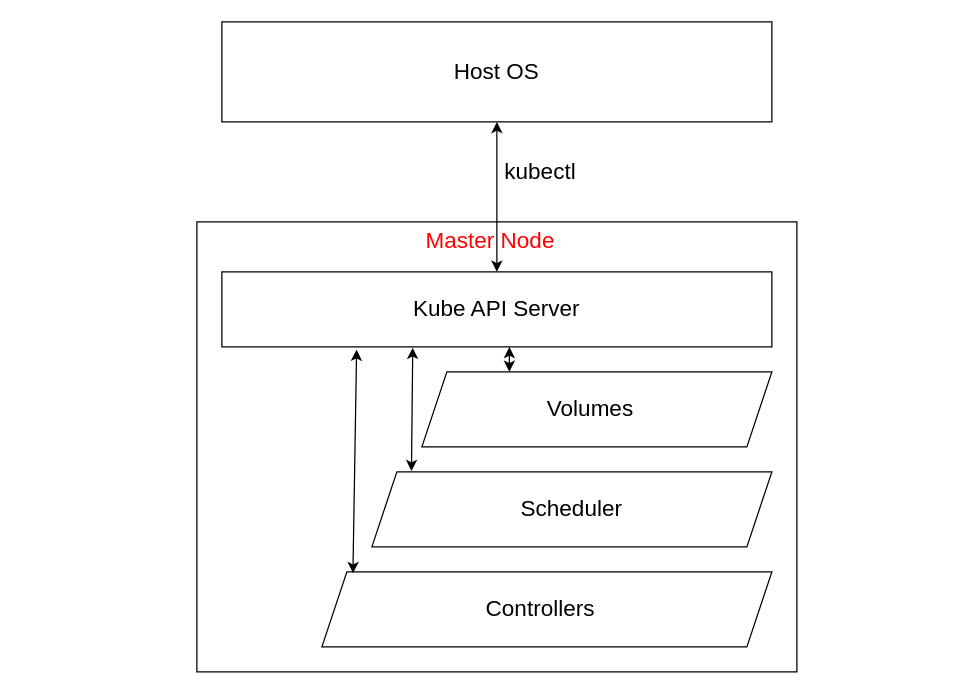
Above: 3.11/k8s-for-3.11.drawio in leprecon73/devopswithdocker (draw.io), before the change. Source tidied: cells renumbered, new cells numbered last; positions are measured from the earlier drawing's top-left corner, leaving out a move shared by most shapes. Both pictures are drawn from the tidied source at 125%, with x=0, y=0 at pixel (21, 21).
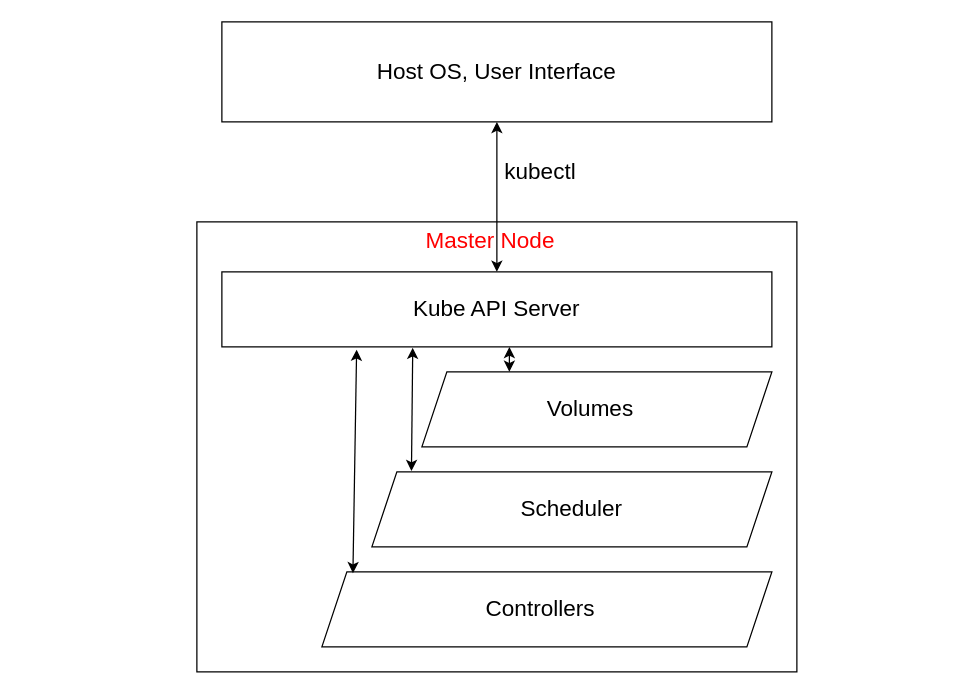
The same page after the edit.

Change to the diagram source:
```diff
@@
 <mxGraphModel>
   <root>
     <mxCell id="0" />
     <mxCell id="1" parent="0" />
     <mxCell id="2" style="rounded=0;whiteSpace=wrap;html=1;" parent="1" vertex="1">
       <mxGeometry x="160" width="440" height="80" as="geometry" />
     </mxCell>
-    <mxCell id="3" value="&lt;font style=&quot;font-size: 18px;&quot;&gt;Host OS&lt;/font&gt;" style="text;html=1;strokeColor=none;fillColor=none;align=center;verticalAlign=middle;whiteSpace=wrap;rounded=0;" parent="1" vertex="1">
+    <mxCell id="3" value="&lt;font style=&quot;font-size: 18px;&quot;&gt;Host OS, User Interface&lt;/font&gt;" style="text;html=1;strokeColor=none;fillColor=none;align=center;verticalAlign=middle;whiteSpace=wrap;rounded=0;" parent="1" vertex="1">
       <mxGeometry x="160" width="440" height="80" as="geometry" />
     </mxCell>
     <mxCell id="4" value="&lt;font style=&quot;font-size: 18px;&quot;&gt;kubectl&lt;/font&gt;" style="text;html=1;strokeColor=none;fillColor=none;align=center;verticalAlign=middle;whiteSpace=wrap;rounded=0;" parent="1" vertex="1">
       <mxGeometry x="340" y="90" width="150" height="60" as="geometry" />
     </mxCell>
     <mxCell id="5" style="rounded=0;whiteSpace=wrap;html=1;" parent="1" vertex="1">
       <mxGeometry x="140" y="160" width="480" height="360" as="geometry" />
     </mxCell>
     <mxCell id="6" value="&lt;font color=&quot;#ff0000&quot; style=&quot;font-size: 18px;&quot;&gt;Master Node&lt;/font&gt;" style="text;html=1;strokeColor=none;fillColor=none;align=center;verticalAlign=middle;whiteSpace=wrap;rounded=0;" parent="1" vertex="1">
       <mxGeometry y="160" width="750" height="30" as="geometry" />
     </mxCell>
     <mxCell id="7" style="rounded=0;whiteSpace=wrap;html=1;" parent="1" vertex="1">
       <mxGeometry x="160" y="200" width="440" height="60" as="geometry" />
     </mxCell>
     <mxCell id="8" value="&lt;font style=&quot;font-size: 18px;&quot;&gt;Kube API Server&lt;/font&gt;" style="text;html=1;strokeColor=none;fillColor=none;align=center;verticalAlign=middle;whiteSpace=wrap;rounded=0;" parent="1" vertex="1">
       <mxGeometry x="180" y="215" width="400" height="30" as="geometry" />
     </mxCell>
     <mxCell id="9" style="endArrow=classic;startArrow=classic;html=1;rounded=0;exitX=0.5;exitY=1;exitDx=0;exitDy=0;" parent="1" edge="1" source="3" target="7">
       <mxGeometry relative="1" as="geometry" />
     </mxCell>
     <mxCell id="10" style="shape=parallelogram;perimeter=parallelogramPerimeter;whiteSpace=wrap;html=1;fixedSize=1;" parent="1" vertex="1">
       <mxGeometry x="320" y="280" width="280" height="60" as="geometry" />
     </mxCell>
     <mxCell id="11" style="shape=parallelogram;perimeter=parallelogramPerimeter;whiteSpace=wrap;html=1;fixedSize=1;" parent="1" vertex="1">
       <mxGeometry x="280" y="360" width="320" height="60" as="geometry" />
     </mxCell>
     <mxCell id="12" style="shape=parallelogram;perimeter=parallelogramPerimeter;whiteSpace=wrap;html=1;fixedSize=1;" parent="1" vertex="1">
       <mxGeometry x="240" y="440" width="360" height="60" as="geometry" />
     </mxCell>
     <mxCell id="13" value="&lt;font style=&quot;font-size: 18px;&quot;&gt;Volumes&lt;/font&gt;" style="text;html=1;strokeColor=none;fillColor=none;align=center;verticalAlign=middle;whiteSpace=wrap;rounded=0;" parent="1" vertex="1">
       <mxGeometry x="330" y="295" width="250" height="30" as="geometry" />
     </mxCell>
     <mxCell id="14" value="&lt;font style=&quot;font-size: 18px;&quot;&gt;Scheduler&lt;/font&gt;" style="text;html=1;strokeColor=none;fillColor=none;align=center;verticalAlign=middle;whiteSpace=wrap;rounded=0;" parent="1" vertex="1">
       <mxGeometry x="300" y="375" width="280" height="30" as="geometry" />
     </mxCell>
     <mxCell id="15" value="&lt;font style=&quot;font-size: 18px;&quot;&gt;Controllers&lt;/font&gt;" style="text;html=1;strokeColor=none;fillColor=none;align=center;verticalAlign=middle;whiteSpace=wrap;rounded=0;" parent="1" vertex="1">
       <mxGeometry x="250" y="455" width="330" height="30" as="geometry" />
     </mxCell>
     <mxCell id="16" style="endArrow=classic;startArrow=classic;html=1;rounded=0;entryX=0.25;entryY=0;entryDx=0;entryDy=0;" parent="1" edge="1" target="10">
       <mxGeometry relative="1" as="geometry">
         <mxPoint x="390" y="260" as="sourcePoint" />
       </mxGeometry>
     </mxCell>
     <mxCell id="17" style="endArrow=classic;startArrow=classic;html=1;rounded=0;exitX=0.099;exitY=-0.011;exitDx=0;exitDy=0;exitPerimeter=0;entryX=0.347;entryY=1.012;entryDx=0;entryDy=0;entryPerimeter=0;" parent="1" edge="1" source="11" target="7">
       <mxGeometry relative="1" as="geometry" />
     </mxCell>
     <mxCell id="18" style="endArrow=classic;startArrow=classic;html=1;rounded=0;entryX=0.069;entryY=0.017;entryDx=0;entryDy=0;entryPerimeter=0;exitX=0.245;exitY=1.037;exitDx=0;exitDy=0;exitPerimeter=0;" parent="1" edge="1" source="7" target="12">
       <mxGeometry relative="1" as="geometry" />
     </mxCell>
   </root>
 </mxGraphModel>
```
